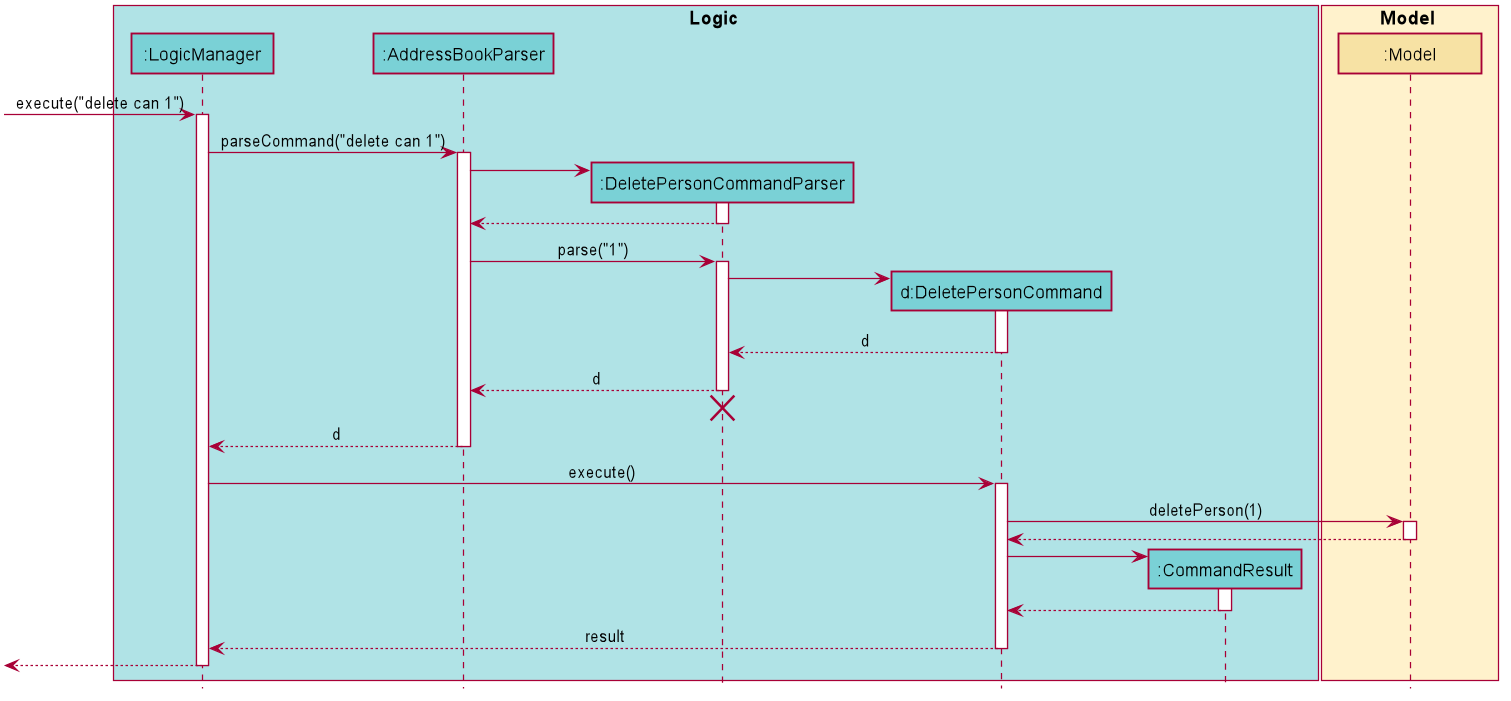
Above: docs/images/DeleteSequenceDiagram.png in vanGoghhh/tp (PlantUML), before the change.
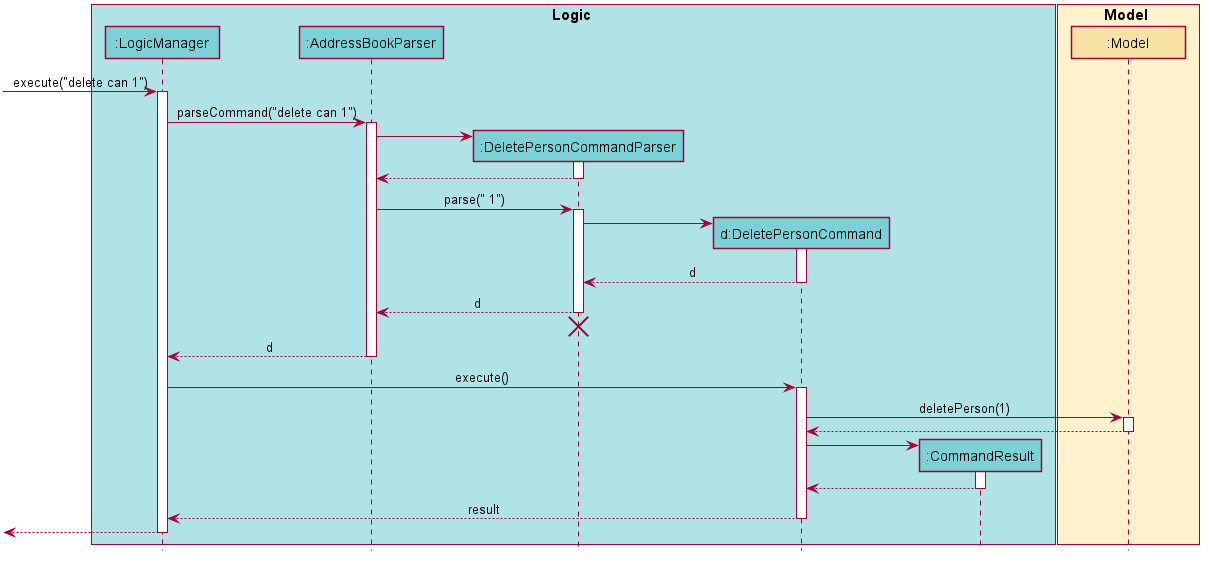
Later version of the same file.

Diff of the diagram source:
```diff
@@ -73,7 +73,7 @@
 DeleteCommandParser --> AddressBookParser
 deactivate DeleteCommandParser
 
-AddressBookParser -> DeleteCommandParser : parse("1")
+AddressBookParser -> DeleteCommandParser : parse(" 1")
 activate DeleteCommandParser
 
 create DeleteCommand
```
